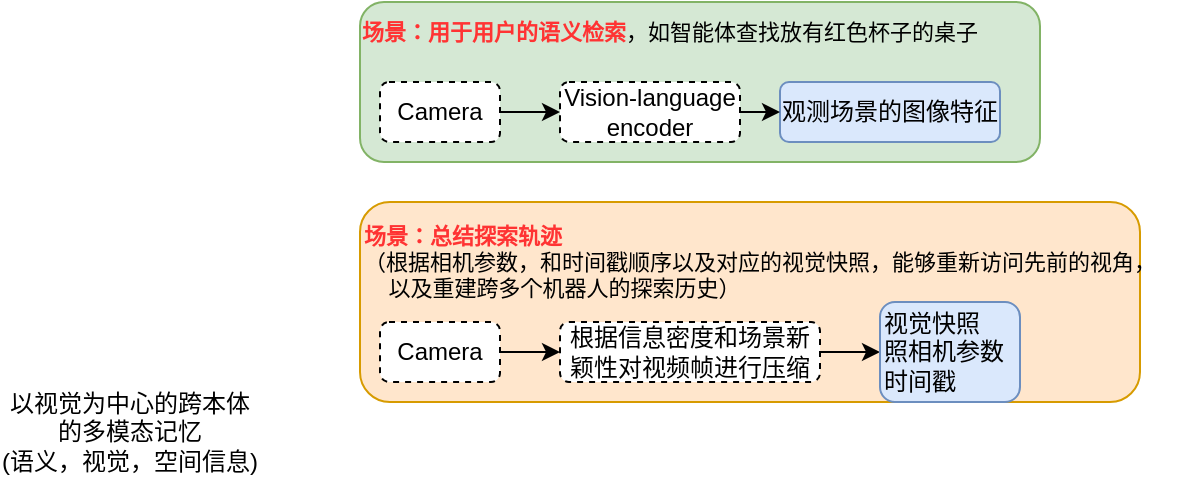
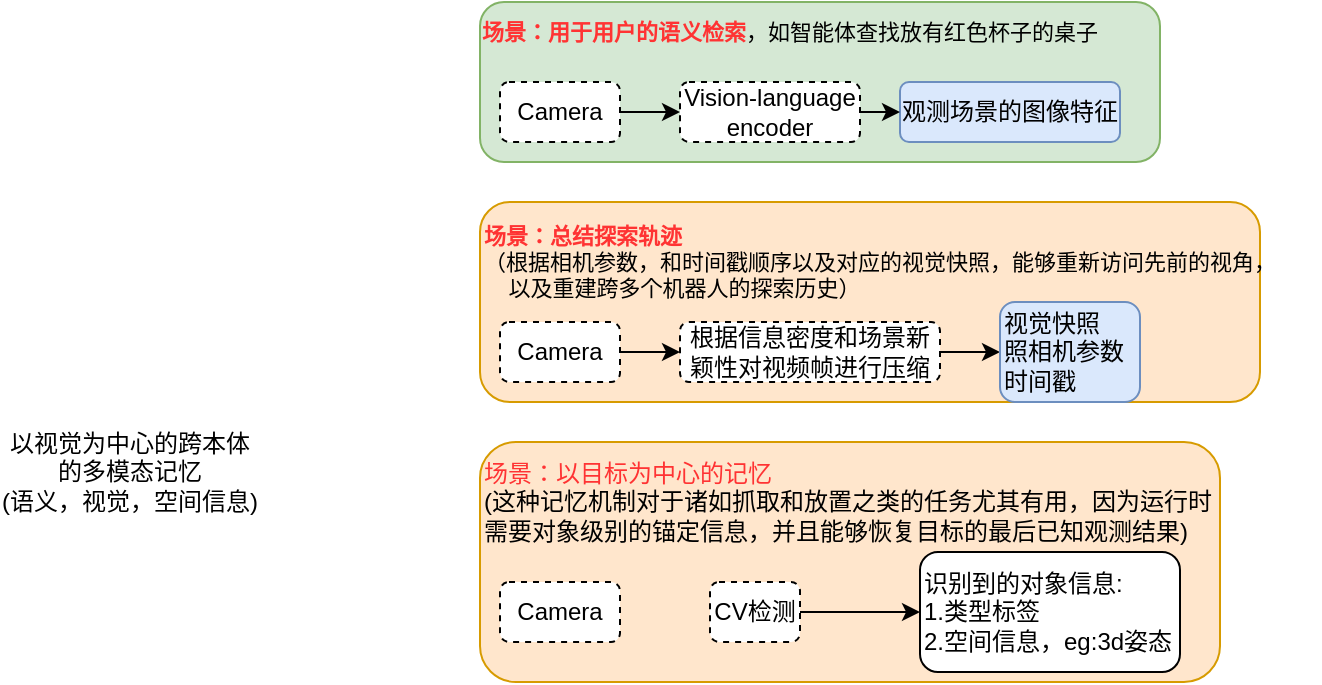
<mxfile host="app.diagrams.net">
  <diagram name="第 1 页" id="ri1UiOSOw__C7K71Jf-3">
-     <mxGraphModel dx="884" dy="479" grid="1" gridSize="10" guides="1" tooltips="1" connect="1" arrows="1" fold="1" page="1" pageScale="1" pageWidth="3300" pageHeight="2339" math="0" shadow="0">
+     <mxGraphModel dx="4184" dy="479" grid="1" gridSize="10" guides="1" tooltips="1" connect="1" arrows="1" fold="1" page="1" pageScale="1" pageWidth="3300" pageHeight="2339" math="0" shadow="0">
      <root>
        <mxCell id="0" />
        <mxCell id="1" parent="0" />
+         <mxCell id="8uAygAgR7DF40HWwl34I-24" parent="1" style="rounded=1;whiteSpace=wrap;html=1;fillColor=#ffe6cc;strokeColor=#d79b00;" value="" vertex="1">
+           <mxGeometry height="120" width="370" x="200" y="280" as="geometry" />
+         </mxCell>
        <mxCell id="8uAygAgR7DF40HWwl34I-17" parent="1" style="rounded=1;whiteSpace=wrap;html=1;fillColor=#ffe6cc;strokeColor=#d79b00;" value="" vertex="1">
          <mxGeometry height="100" width="390" x="200" y="160" as="geometry" />
        </mxCell>
        <mxCell id="8uAygAgR7DF40HWwl34I-16" parent="1" style="rounded=1;whiteSpace=wrap;html=1;fillColor=#d5e8d4;strokeColor=#82b366;" value="" vertex="1">
          <mxGeometry height="80" width="340" x="200" y="60" as="geometry" />
        </mxCell>
        <mxCell id="8uAygAgR7DF40HWwl34I-1" parent="1" style="text;html=1;whiteSpace=wrap;strokeColor=none;fillColor=none;align=center;verticalAlign=middle;rounded=0;" value="以视觉为中心的跨本体的多模态记忆&lt;br&gt;(语义，视觉，空间信息)" vertex="1">
-           <mxGeometry height="30" width="130" x="20" y="260" as="geometry" />
+           <mxGeometry height="30" width="130" x="-40" y="280" as="geometry" />
        </mxCell>
        <mxCell id="8uAygAgR7DF40HWwl34I-2" parent="1" style="rounded=1;whiteSpace=wrap;html=1;fillColor=#dae8fc;strokeColor=#6c8ebf;" value="观测场景的图像特征" vertex="1">
          <mxGeometry height="30" width="110" x="410" y="100" as="geometry" />
        </mxCell>
        <mxCell id="8uAygAgR7DF40HWwl34I-5" edge="1" parent="1" source="8uAygAgR7DF40HWwl34I-3" style="edgeStyle=orthogonalEdgeStyle;rounded=0;orthogonalLoop=1;jettySize=auto;html=1;exitX=1;exitY=0.5;exitDx=0;exitDy=0;entryX=0;entryY=0.5;entryDx=0;entryDy=0;" target="8uAygAgR7DF40HWwl34I-2">
          <mxGeometry relative="1" as="geometry" />
        </mxCell>
        <mxCell id="8uAygAgR7DF40HWwl34I-3" parent="1" style="rounded=1;whiteSpace=wrap;html=1;dashed=1;" value="Vision-language encoder" vertex="1">
          <mxGeometry height="30" width="90" x="300" y="100" as="geometry" />
        </mxCell>
        <mxCell id="8uAygAgR7DF40HWwl34I-6" edge="1" parent="1" source="8uAygAgR7DF40HWwl34I-4" style="edgeStyle=orthogonalEdgeStyle;rounded=0;orthogonalLoop=1;jettySize=auto;html=1;exitX=1;exitY=0.5;exitDx=0;exitDy=0;entryX=0;entryY=0.5;entryDx=0;entryDy=0;" target="8uAygAgR7DF40HWwl34I-3">
          <mxGeometry relative="1" as="geometry" />
        </mxCell>
        <mxCell id="8uAygAgR7DF40HWwl34I-4" parent="1" style="rounded=1;whiteSpace=wrap;html=1;dashed=1;" value="Camera" vertex="1">
          <mxGeometry height="30" width="60" x="210" y="100" as="geometry" />
        </mxCell>
        <mxCell id="8uAygAgR7DF40HWwl34I-7" parent="1" style="text;html=1;whiteSpace=wrap;strokeColor=none;fillColor=none;align=center;verticalAlign=middle;rounded=0;fontSize=11;" value="&lt;b&gt;&lt;font style=&quot;color: rgb(255, 51, 51);&quot;&gt;场景：用于用户的语义检索&lt;/font&gt;&lt;/b&gt;，如智能体查找放有红色杯子的桌子" vertex="1">
          <mxGeometry height="30" width="310" x="200" y="60" as="geometry" />
        </mxCell>
        <mxCell id="8uAygAgR7DF40HWwl34I-10" edge="1" parent="1" source="8uAygAgR7DF40HWwl34I-8" style="edgeStyle=orthogonalEdgeStyle;rounded=0;orthogonalLoop=1;jettySize=auto;html=1;" target="8uAygAgR7DF40HWwl34I-9" value="">
          <mxGeometry relative="1" as="geometry" />
        </mxCell>
        <mxCell id="8uAygAgR7DF40HWwl34I-8" parent="1" style="rounded=1;whiteSpace=wrap;html=1;dashed=1;" value="Camera" vertex="1">
          <mxGeometry height="30" width="60" x="210" y="220" as="geometry" />
        </mxCell>
        <mxCell id="8uAygAgR7DF40HWwl34I-14" edge="1" parent="1" source="8uAygAgR7DF40HWwl34I-9" style="edgeStyle=orthogonalEdgeStyle;rounded=0;orthogonalLoop=1;jettySize=auto;html=1;exitX=1;exitY=0.5;exitDx=0;exitDy=0;entryX=0;entryY=0.5;entryDx=0;entryDy=0;" target="8uAygAgR7DF40HWwl34I-13">
          <mxGeometry relative="1" as="geometry" />
        </mxCell>
        <mxCell id="8uAygAgR7DF40HWwl34I-9" parent="1" style="rounded=1;whiteSpace=wrap;html=1;dashed=1;" value="根据信息密度和场景新颖性对视频帧进行压缩" vertex="1">
          <mxGeometry height="30" width="130" x="300" y="220" as="geometry" />
        </mxCell>
        <mxCell id="8uAygAgR7DF40HWwl34I-11" parent="1" style="text;html=1;whiteSpace=wrap;strokeColor=none;fillColor=none;align=left;verticalAlign=middle;rounded=0;fontSize=11;" value="&lt;b&gt;&lt;font style=&quot;color: rgb(255, 51, 51);&quot;&gt;场景：总结探索轨迹&lt;/font&gt;&lt;/b&gt;&lt;br&gt;（根据相机参数，和时间戳顺序以及对应的视觉快照，能够重新访问先前的视角，&lt;br&gt;&amp;nbsp; &amp;nbsp; 以及重建跨多个机器人的探索历史）" vertex="1">
          <mxGeometry height="40" width="420" x="200" y="170" as="geometry" />
        </mxCell>
        <mxCell id="8uAygAgR7DF40HWwl34I-13" parent="1" style="rounded=1;whiteSpace=wrap;html=1;fillColor=#dae8fc;strokeColor=#6c8ebf;align=left;" value="视觉快照&lt;br&gt;&lt;span style=&quot;&quot;&gt;照相机参数&lt;/span&gt;&lt;div style=&quot;&quot;&gt;时间戳&lt;/div&gt;" vertex="1">
          <mxGeometry height="50" width="70" x="460" y="210" as="geometry" />
        </mxCell>
+         <mxCell id="8uAygAgR7DF40HWwl34I-19" parent="1" style="rounded=1;whiteSpace=wrap;html=1;dashed=1;" value="Camera" vertex="1">
+           <mxGeometry height="30" width="60" x="210" y="350" as="geometry" />
+         </mxCell>
+         <mxCell id="8uAygAgR7DF40HWwl34I-22" edge="1" parent="1" source="8uAygAgR7DF40HWwl34I-20" style="edgeStyle=orthogonalEdgeStyle;rounded=0;orthogonalLoop=1;jettySize=auto;html=1;" target="8uAygAgR7DF40HWwl34I-21" value="">
+           <mxGeometry relative="1" as="geometry" />
+         </mxCell>
+         <mxCell id="8uAygAgR7DF40HWwl34I-20" parent="1" style="rounded=1;whiteSpace=wrap;html=1;dashed=1;" value="CV检测" vertex="1">
+           <mxGeometry height="30" width="45" x="315" y="350" as="geometry" />
+         </mxCell>
+         <mxCell id="8uAygAgR7DF40HWwl34I-21" parent="1" style="rounded=1;whiteSpace=wrap;html=1;align=left;" value="识别到的对象信息:&lt;div&gt;1.类型标签&lt;br&gt;2.空间信息，eg:3d姿态&lt;/div&gt;" vertex="1">
+           <mxGeometry height="60" width="130" x="420" y="335" as="geometry" />
+         </mxCell>
+         <mxCell id="8uAygAgR7DF40HWwl34I-23" parent="1" style="text;html=1;whiteSpace=wrap;strokeColor=none;fillColor=none;align=left;verticalAlign=middle;rounded=0;" value="&lt;font style=&quot;color: rgb(255, 51, 51);&quot;&gt;场景：以目标为中心的记忆&lt;/font&gt;&lt;br&gt;(这种记忆机制对于诸如抓取和放置之类的任务尤其有用，因为运行时需要对象级别的锚定信息，并且能够恢复目标的最后已知观测结果)" vertex="1">
+           <mxGeometry height="50" width="370" x="200" y="285" as="geometry" />
+         </mxCell>
      </root>
    </mxGraphModel>
  </diagram>
</mxfile>
